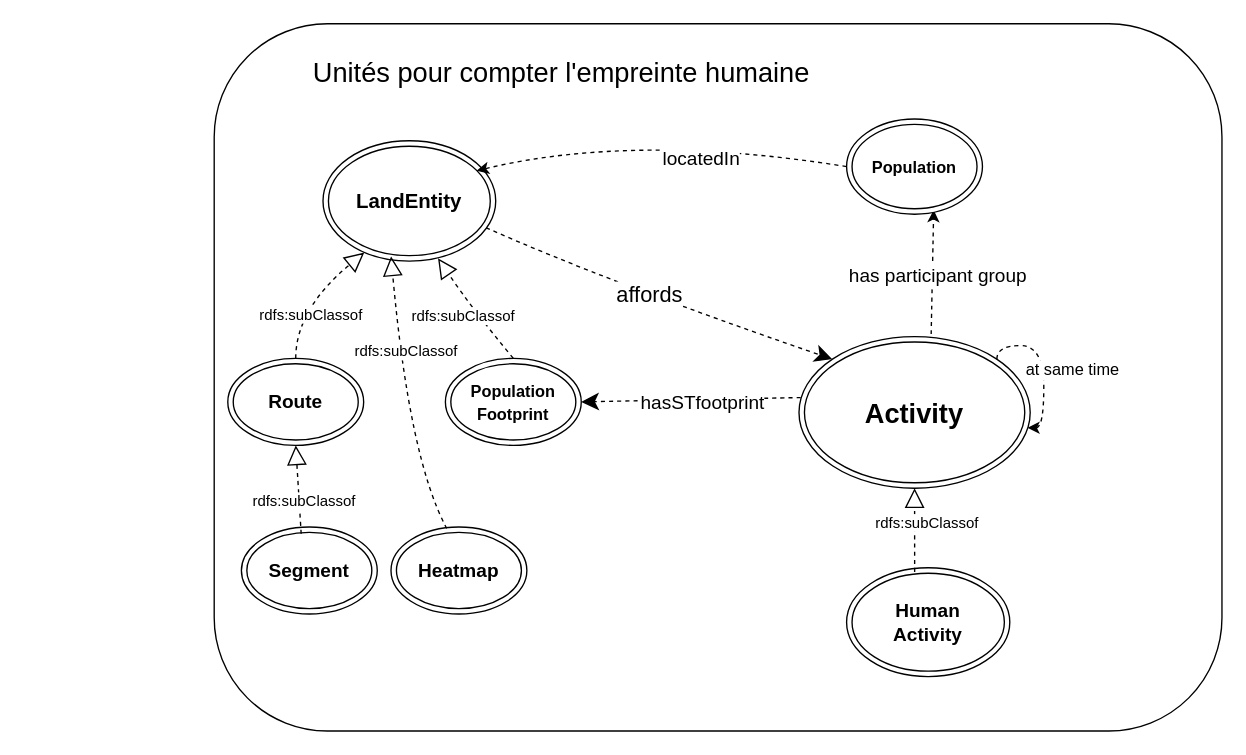
Earlier version of the draw.io diagram page "figure 5" (6 of 6) of docs/diagrams/model_KG_article_long.drawio (IntForOut/outdoorPressure). Source tidied: cells renumbered, new cells numbered last; positions are measured from the earlier drawing's top-left corner, leaving out a move shared by most shapes. Both pictures are drawn from the tidied source at 136%, with x=0, y=0 at pixel (214, 23).
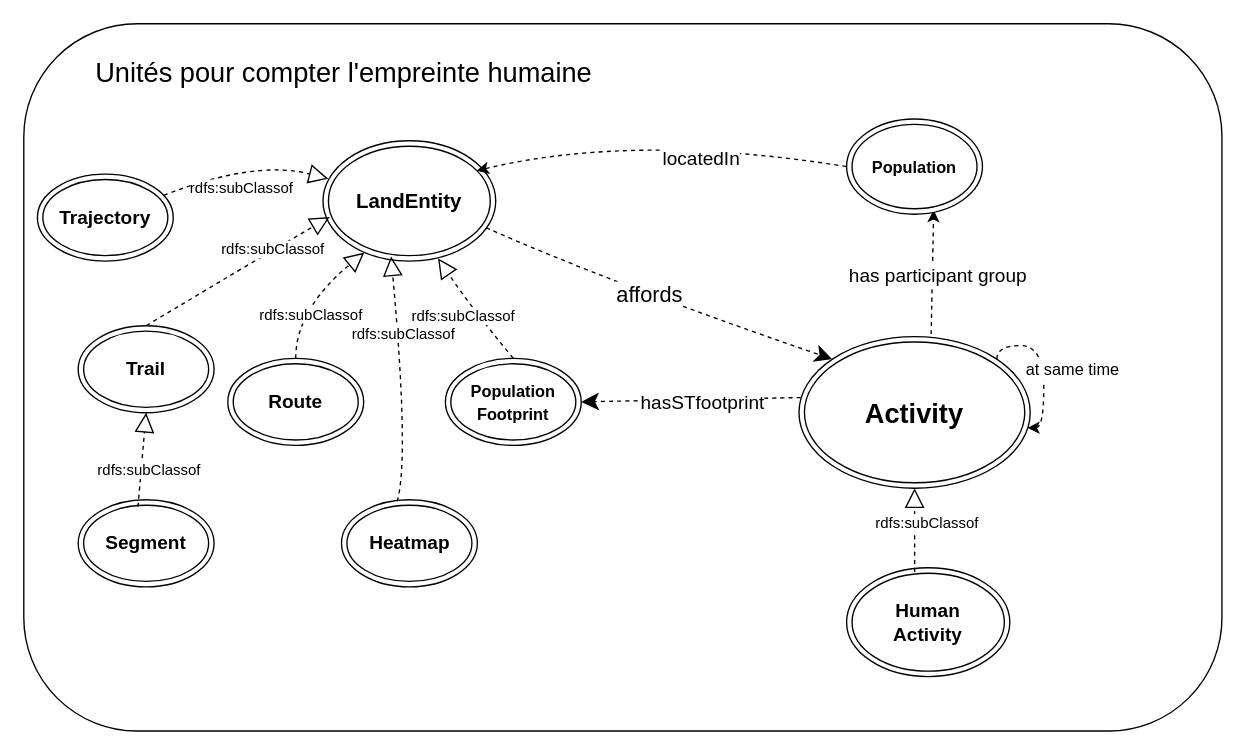
Above is the later version.

Commit message:
Figure 5 (unités pour compter l'empreinte humaine)

The change refers to these unchanged cells:
```xml
<mxCell id="6" value="&lt;b&gt;&lt;font style=&quot;font-size: 15px;&quot;&gt;LandEntity&lt;/font&gt;&lt;/b&gt;" style="ellipse;shape=doubleEllipse;whiteSpace=wrap;html=1;fontSize=14;" parent="1" vertex="1">
  <mxGeometry x="80" y="86" width="127" height="88.5" as="geometry" />
</mxCell>
<mxCell id="24" value="&lt;b&gt;Route&lt;/b&gt;" style="ellipse;shape=doubleEllipse;whiteSpace=wrap;html=1;fontSize=14;" parent="1" vertex="1">
  <mxGeometry x="10" y="246" width="99.9" height="64" as="geometry" />
</mxCell>
```

What changed in the source:
```diff
@@
     <mxCell id="2" style="rounded=1;whiteSpace=wrap;html=1;fillColor=default;arcSize=16;" parent="1" vertex="1">
-      <mxGeometry width="741" height="520" as="geometry" />
+      <mxGeometry x="-140" width="881" height="520" as="geometry" />
     </mxCell>
@@
     <mxCell id="17" style="group;rounded=1;" parent="1" vertex="1">
-      <mxGeometry x="60" y="20" width="440" height="36.2" as="geometry" />
+      <mxGeometry x="-100" y="20" width="440" height="36.2" as="geometry" />
     </mxCell>
@@
     <mxCell id="27" value="&lt;div&gt;&lt;b&gt;Segment&lt;/b&gt;&lt;/div&gt;" style="ellipse;shape=doubleEllipse;whiteSpace=wrap;html=1;fontSize=14;" parent="1" vertex="1">
-      <mxGeometry x="20" y="370" width="99.9" height="64" as="geometry" />
+      <mxGeometry x="-100" y="350" width="99.9" height="64" as="geometry" />
     </mxCell>
-    <mxCell id="28" style="edgeStyle=none;html=1;rounded=0;curved=1;dashed=1;endArrow=block;endFill=0;endSize=12;entryX=0.5;entryY=1;entryDx=0;entryDy=0;exitX=0.44;exitY=0.078;exitDx=0;exitDy=0;exitPerimeter=0;" parent="1" edge="1" source="27" target="24">
+    <mxCell id="28" style="edgeStyle=none;html=1;rounded=0;curved=1;dashed=1;endArrow=block;endFill=0;endSize=12;entryX=0.5;entryY=1;entryDx=0;entryDy=0;exitX=0.44;exitY=0.078;exitDx=0;exitDy=0;exitPerimeter=0;" parent="1" edge="1" source="27" target="33">
       <mxGeometry relative="1" as="geometry" />
     </mxCell>
@@
     <mxCell id="30" value="&lt;b&gt;Heatmap&lt;/b&gt;" style="ellipse;shape=doubleEllipse;whiteSpace=wrap;html=1;fontSize=14;" parent="1" vertex="1">
-      <mxGeometry x="130" y="370" width="99.9" height="64" as="geometry" />
+      <mxGeometry x="93.6" y="350" width="99.9" height="64" as="geometry" />
     </mxCell>
@@
+    <mxCell id="33" value="&lt;b&gt;Trail&lt;/b&gt;" style="ellipse;shape=doubleEllipse;whiteSpace=wrap;html=1;fontSize=14;" parent="1" vertex="1">
+      <mxGeometry x="-100" y="222" width="99.9" height="64" as="geometry" />
+    </mxCell>
+    <mxCell id="34" style="edgeStyle=none;html=1;rounded=0;curved=1;dashed=1;endArrow=block;endFill=0;endSize=12;entryX=0.039;entryY=0.633;entryDx=0;entryDy=0;entryPerimeter=0;exitX=0.5;exitY=0;exitDx=0;exitDy=0;" parent="1" edge="1" source="33" target="6">
+      <mxGeometry relative="1" as="geometry">
+        <Array as="points">
+          <mxPoint x="20" y="180" />
+        </Array>
+      </mxGeometry>
+    </mxCell>
+    <mxCell id="35" value="&lt;font&gt;rdfs:subClassof&lt;/font&gt;" style="edgeLabel;html=1;align=center;verticalAlign=middle;fontSize=11;" parent="34" vertex="1">
+      <mxGeometry x="0.03" y="2" relative="1" as="geometry">
+        <mxPoint x="24" y="-13" as="offset" />
+      </mxGeometry>
+    </mxCell>
+    <mxCell id="36" value="&lt;b&gt;Trajectory&lt;/b&gt;" style="ellipse;shape=doubleEllipse;whiteSpace=wrap;html=1;fontSize=14;" parent="1" vertex="1">
+      <mxGeometry x="-130" y="110.5" width="99.9" height="64" as="geometry" />
+    </mxCell>
+    <mxCell id="37" style="edgeStyle=none;html=1;rounded=0;curved=1;dashed=1;endArrow=block;endFill=0;endSize=12;entryX=0.031;entryY=0.316;entryDx=0;entryDy=0;entryPerimeter=0;" parent="1" edge="1" source="36" target="6">
+      <mxGeometry relative="1" as="geometry">
+        <Array as="points">
+          <mxPoint x="30" y="100" />
+        </Array>
+      </mxGeometry>
+    </mxCell>
+    <mxCell id="38" value="&lt;font&gt;rdfs:subClassof&lt;/font&gt;" style="edgeLabel;html=1;align=center;verticalAlign=middle;fontSize=11;" parent="37" vertex="1">
+      <mxGeometry x="0.03" y="2" relative="1" as="geometry">
+        <mxPoint x="-4" y="20" as="offset" />
+      </mxGeometry>
+    </mxCell>
```
